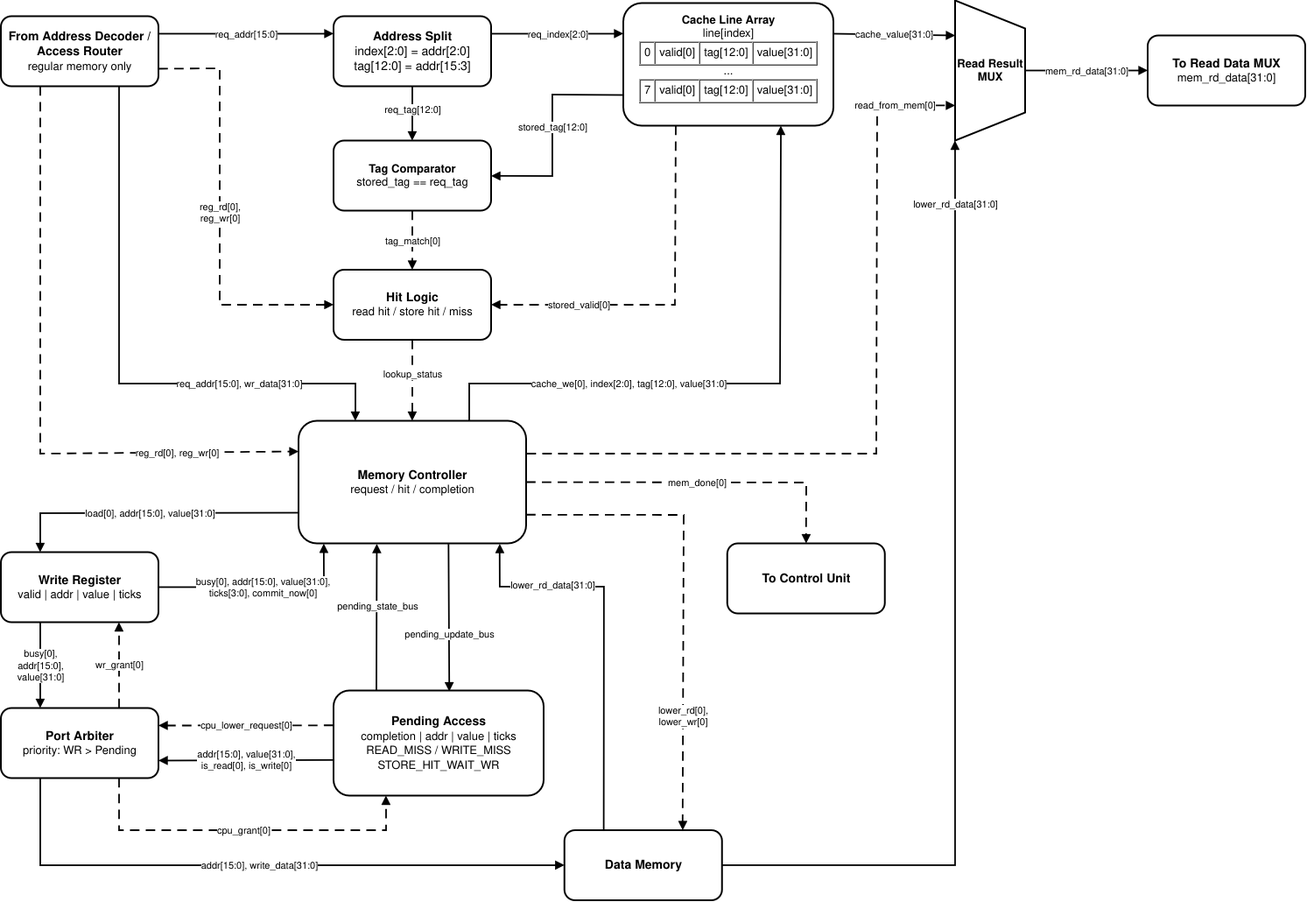
Above: fig/cache.png in barmichevg/csa-lab4 (draw.io), before the change. Source tidied: cells renumbered, new cells last; positions are measured from the earlier drawing's top-left corner, leaving out a move shared by most shapes.
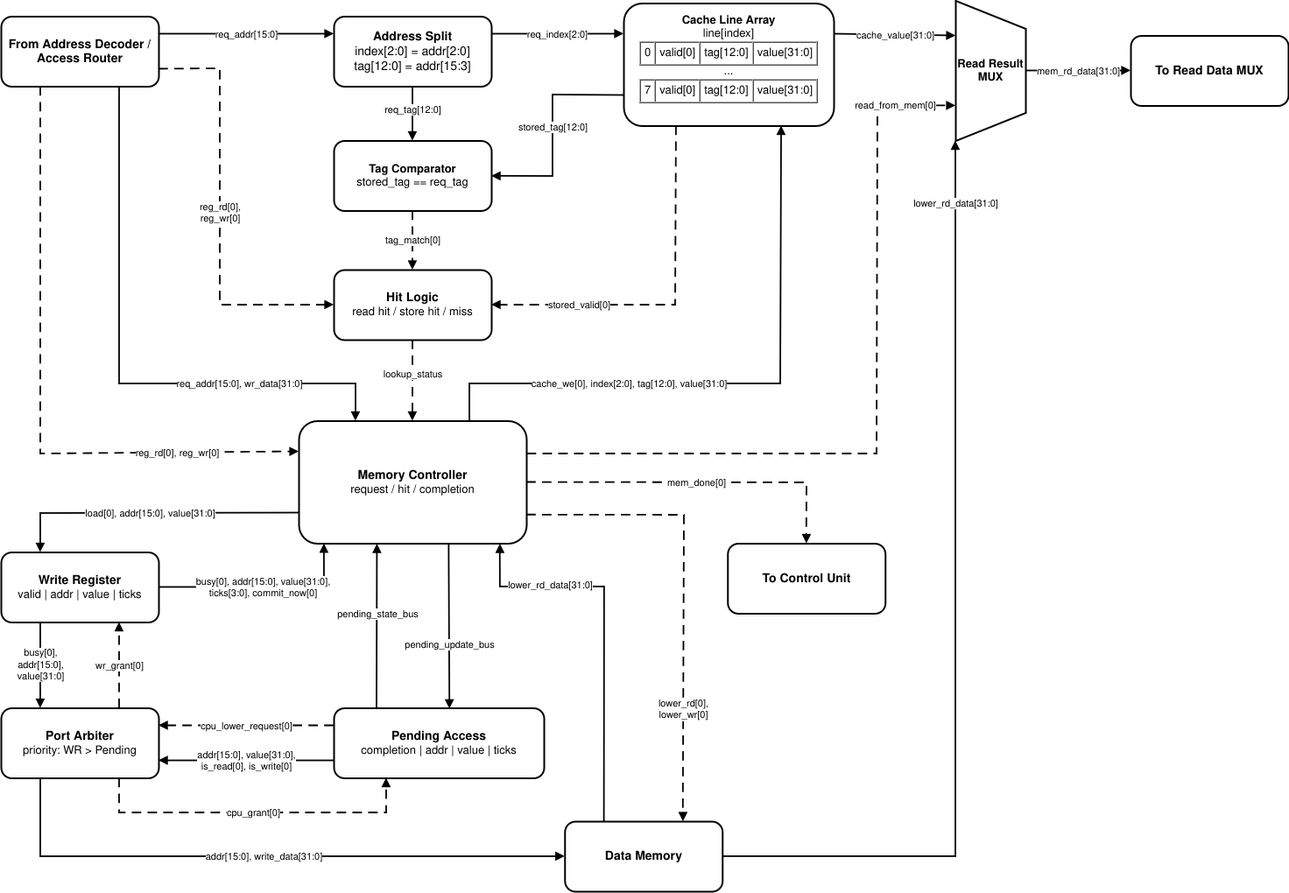
The same diagram one commit later.

What changed in the source:
```diff
@@ -2,11 +2,11 @@
   <root>
     <mxCell id="0" />
     <mxCell id="1" parent="0" />
-    <mxCell id="2" value="&lt;b&gt;From Address Decoder /&lt;br&gt;Access Router&lt;/b&gt;&lt;br&gt;&lt;font size=&quot;2&quot;&gt;regular memory only&lt;/font&gt;" style="rounded=1;whiteSpace=wrap;html=1;strokeWidth=2;fillColor=#ffffff;strokeColor=#000000;fontSize=14;align=center;verticalAlign=middle;" parent="1" vertex="1">
+    <mxCell id="2" value="&lt;b&gt;From Address Decoder /&lt;br&gt;Access Router&lt;/b&gt;" style="rounded=1;whiteSpace=wrap;html=1;strokeWidth=2;fillColor=#ffffff;strokeColor=#000000;fontSize=14;align=center;verticalAlign=middle;" parent="1" vertex="1">
       <mxGeometry y="18.5" width="180" height="80" as="geometry" />
     </mxCell>
-    <mxCell id="3" value="&lt;b&gt;To Read Data MUX&lt;/b&gt;&lt;br&gt;&lt;font size=&quot;2&quot;&gt;mem_rd_data[31:0]&lt;/font&gt;" style="rounded=1;whiteSpace=wrap;html=1;strokeWidth=2;fillColor=#ffffff;strokeColor=#000000;fontSize=14;align=center;verticalAlign=middle;" parent="1" vertex="1">
-      <mxGeometry x="1310" y="40.5" width="180" height="80" as="geometry" />
+    <mxCell id="3" value="&lt;b&gt;To Read Data MUX&lt;/b&gt;" style="rounded=1;whiteSpace=wrap;html=1;strokeWidth=2;fillColor=#ffffff;strokeColor=#000000;fontSize=14;align=center;verticalAlign=middle;" parent="1" vertex="1">
+      <mxGeometry x="1290" y="40.5" width="180" height="80" as="geometry" />
     </mxCell>
     <mxCell id="4" value="&lt;b&gt;To Control Unit&lt;/b&gt;" style="rounded=1;whiteSpace=wrap;html=1;strokeWidth=2;fillColor=#ffffff;strokeColor=#000000;fontSize=14;align=center;verticalAlign=middle;" parent="1" vertex="1">
       <mxGeometry x="829.8" y="620.5" width="180" height="80" as="geometry" />
@@ -23,14 +23,14 @@
     <mxCell id="8" value="&lt;b&gt;Write Register&lt;/b&gt;&lt;font size=&quot;2&quot;&gt;&lt;br&gt;valid | addr | value | ticks&lt;/font&gt;" style="rounded=1;whiteSpace=wrap;html=1;strokeWidth=2;fillColor=#ffffff;strokeColor=#000000;fontSize=14;align=center;verticalAlign=middle;" parent="1" vertex="1">
       <mxGeometry y="630.5" width="180" height="80" as="geometry" />
     </mxCell>
-    <mxCell id="9" value="&lt;b&gt;Pending Access&lt;/b&gt;&lt;br&gt;&lt;font size=&quot;2&quot;&gt;completion | addr | value | ticks&lt;br&gt;READ_MISS / WRITE_MISS&lt;br&gt;STORE_HIT_WAIT_WR&lt;/font&gt;" style="rounded=1;whiteSpace=wrap;html=1;strokeWidth=2;fillColor=#ffffff;strokeColor=#000000;fontSize=14;align=center;verticalAlign=middle;" parent="1" vertex="1">
-      <mxGeometry x="380" y="788.5" width="240" height="120" as="geometry" />
+    <mxCell id="9" value="&lt;b&gt;Pending Access&lt;/b&gt;&lt;br&gt;&lt;font size=&quot;2&quot;&gt;completion | addr | value | ticks&lt;/font&gt;" style="rounded=1;whiteSpace=wrap;html=1;strokeWidth=2;fillColor=#ffffff;strokeColor=#000000;fontSize=14;align=center;verticalAlign=middle;" parent="1" vertex="1">
+      <mxGeometry x="380" y="808.5" width="240" height="80" as="geometry" />
     </mxCell>
     <mxCell id="10" value="&lt;b&gt;Port Arbiter&lt;/b&gt;&lt;br&gt;&lt;font size=&quot;2&quot;&gt;priority: WR &amp;gt; Pending&lt;/font&gt;" style="rounded=1;whiteSpace=wrap;html=1;strokeWidth=2;fillColor=#ffffff;strokeColor=#000000;fontSize=14;align=center;verticalAlign=middle;" parent="1" vertex="1">
       <mxGeometry y="808.5" width="180" height="80" as="geometry" />
     </mxCell>
     <mxCell id="11" value="&lt;b&gt;Data Memory&lt;/b&gt;&lt;font size=&quot;2&quot;&gt;&lt;br&gt;&lt;/font&gt;" style="rounded=1;whiteSpace=wrap;html=1;strokeWidth=2;fillColor=#ffffff;strokeColor=#000000;fontSize=14;align=center;verticalAlign=middle;" parent="1" vertex="1">
-      <mxGeometry x="643.8" y="948" width="180" height="80" as="geometry" />
+      <mxGeometry x="643.8" y="938" width="180" height="80" as="geometry" />
     </mxCell>
     <mxCell id="12" value="req_addr[15:0]" style="rounded=0;jettySize=auto;html=1;endArrow=block;endFill=1;strokeWidth=1.8;fontSize=11;strokeColor=#000000;fontColor=#000000;exitX=1;exitY=0.25;exitDx=0;exitDy=0;entryX=0;entryY=0.25;entryDx=0;entryDy=0;" parent="1" edge="1" source="2" target="5">
       <mxGeometry relative="1" as="geometry" />
@@ -125,24 +125,24 @@
     <mxCell id="30" value="wr_grant[0]" style="rounded=0;jettySize=auto;html=1;endArrow=block;endFill=1;strokeWidth=1.8;fontSize=11;strokeColor=#000000;fontColor=#000000;dashed=1;dashPattern=6 4;exitX=0.75;exitY=0;exitDx=0;exitDy=0;entryX=0.75;entryY=1;entryDx=0;entryDy=0;" parent="1" edge="1" source="10" target="8">
       <mxGeometry relative="1" as="geometry" />
     </mxCell>
-    <mxCell id="31" value="&lt;div&gt;addr[15:0], value[31:0],&lt;/div&gt;&lt;div&gt;is_read[0], is_write[0]&lt;/div&gt;" style="rounded=0;jettySize=auto;html=1;endArrow=block;endFill=1;strokeWidth=1.8;fontSize=11;strokeColor=#000000;fontColor=#000000;entryX=1;entryY=0.75;entryDx=0;entryDy=0;exitX=0;exitY=0.661;exitDx=0;exitDy=0;exitPerimeter=0;" parent="1" edge="1" source="9" target="10">
+    <mxCell id="31" value="&lt;div&gt;addr[15:0], value[31:0],&lt;/div&gt;&lt;div&gt;is_read[0], is_write[0]&lt;/div&gt;" style="rounded=0;jettySize=auto;html=1;endArrow=block;endFill=1;strokeWidth=1.8;fontSize=11;strokeColor=#000000;fontColor=#000000;entryX=1;entryY=0.75;entryDx=0;entryDy=0;exitX=0;exitY=0.75;exitDx=0;exitDy=0;" parent="1" edge="1" source="9" target="10">
       <mxGeometry relative="1" as="geometry" />
     </mxCell>
-    <mxCell id="32" value="cpu_lower_request[0]" style="rounded=0;jettySize=auto;html=1;endArrow=block;endFill=1;strokeWidth=1.8;fontSize=11;strokeColor=#000000;fontColor=#000000;dashed=1;dashPattern=6 4;entryX=1;entryY=0.25;entryDx=0;entryDy=0;exitX=-0.001;exitY=0.331;exitDx=0;exitDy=0;exitPerimeter=0;" parent="1" edge="1" source="9" target="10">
+    <mxCell id="32" value="cpu_lower_request[0]" style="rounded=0;jettySize=auto;html=1;endArrow=block;endFill=1;strokeWidth=1.8;fontSize=11;strokeColor=#000000;fontColor=#000000;dashed=1;dashPattern=6 4;entryX=1;entryY=0.25;entryDx=0;entryDy=0;exitX=0;exitY=0.25;exitDx=0;exitDy=0;" parent="1" edge="1" source="9" target="10">
       <mxGeometry relative="1" as="geometry" />
     </mxCell>
     <mxCell id="33" value="cpu_grant[0]" style="rounded=0;jettySize=auto;html=1;endArrow=block;endFill=1;strokeWidth=1.8;fontSize=11;strokeColor=#000000;fontColor=#000000;dashed=1;dashPattern=6 4;entryX=0.25;entryY=1;entryDx=0;entryDy=0;exitX=0.75;exitY=1;exitDx=0;exitDy=0;" parent="1" edge="1" source="10" target="9">
       <mxGeometry relative="1" as="geometry">
         <Array as="points">
-          <mxPoint x="135" y="948" />
-          <mxPoint x="440" y="948" />
+          <mxPoint x="135" y="928" />
+          <mxPoint x="440" y="928" />
         </Array>
       </mxGeometry>
     </mxCell>
     <mxCell id="34" value="addr[15:0], write_data[31:0]" style="rounded=0;jettySize=auto;html=1;endArrow=block;endFill=1;strokeWidth=1.8;fontSize=11;strokeColor=#000000;fontColor=#000000;exitX=0.25;exitY=1;exitDx=0;exitDy=0;" parent="1" edge="1" source="10" target="11">
       <mxGeometry relative="1" as="geometry">
         <Array as="points">
-          <mxPoint x="45" y="988" />
+          <mxPoint x="45" y="978" />
         </Array>
       </mxGeometry>
     </mxCell>
@@ -164,7 +164,7 @@
     <mxCell id="37" value="lower_rd_data[31:0]" style="rounded=0;jettySize=auto;html=1;endArrow=block;endFill=1;strokeWidth=1.8;fontSize=11;strokeColor=#000000;fontColor=#000000;entryX=1;entryY=1;entryDx=0;entryDy=0;" parent="1" edge="1" source="11" target="42">
       <mxGeometry x="0.87" relative="1" as="geometry">
         <Array as="points">
-          <mxPoint x="1090" y="988" />
+          <mxPoint x="1090" y="978" />
         </Array>
       </mxGeometry>
     </mxCell>
```
